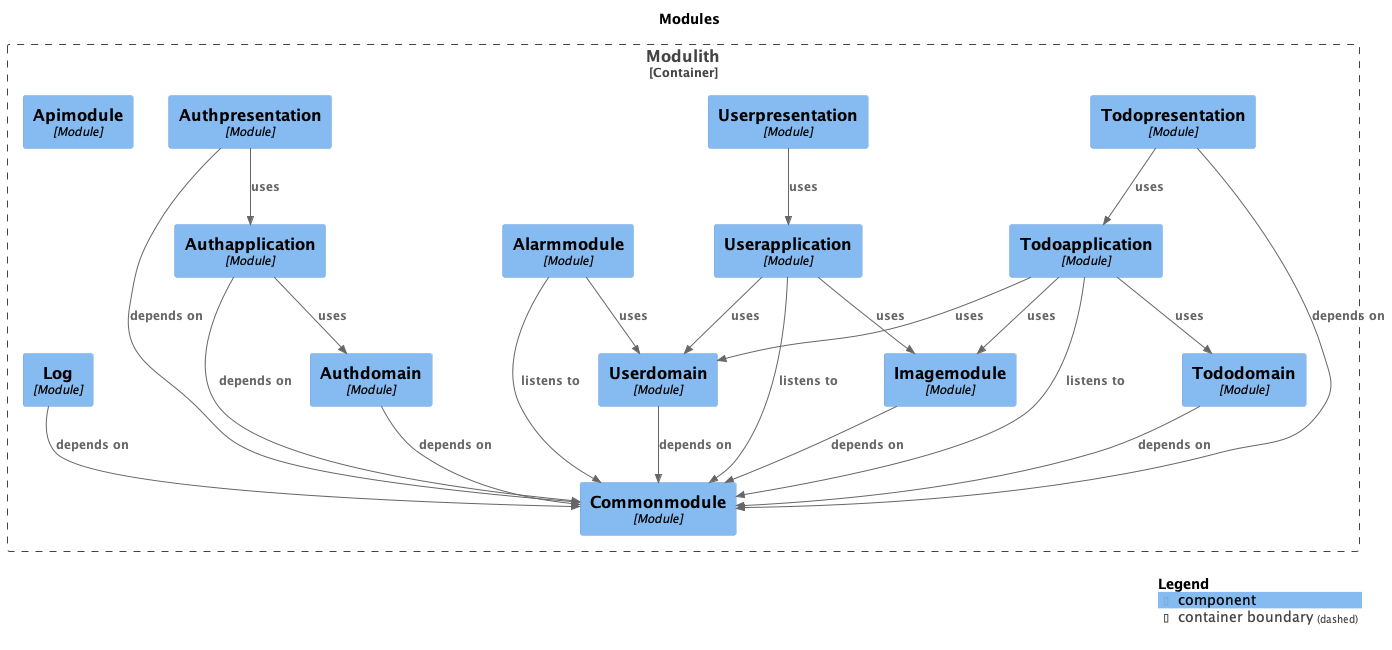
TEAM-SAMSION/Backend keeps this PlantUML diagram as .github/docs/components-Modules.png. Above is the earlier version.
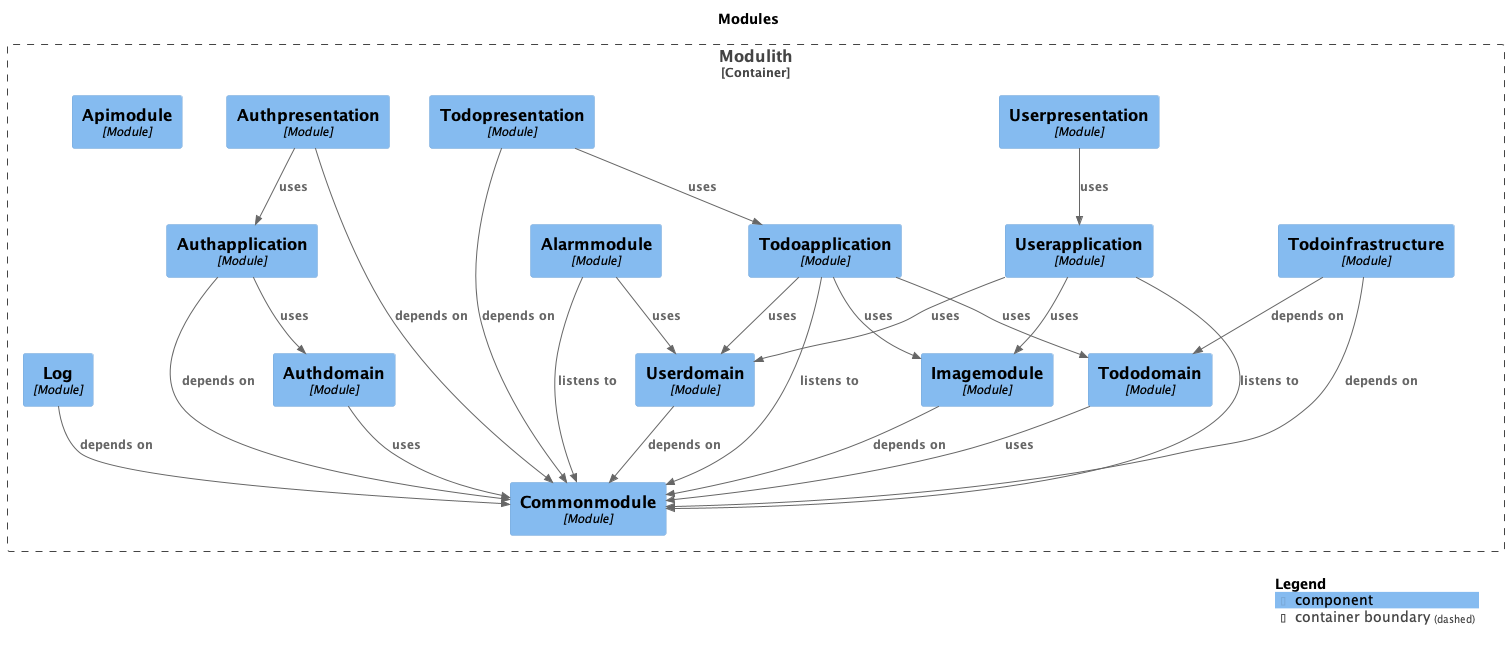
After the change.

Commit message:
PET-214 docs : 아키텍처 uml 갱신

Change to the diagram source:
```diff
@@ -9,6 +9,7 @@
 
 Container_Boundary("Modulith.Modulith_boundary", "Modulith", $tags="") {
   Component(Modulith.Modulith.Authapplication, "Authapplication", "Module", "", $tags="")
+  Component(Modulith.Modulith.Todoinfrastructure, "Todoinfrastructure", "Module", "", $tags="")
   Component(Modulith.Modulith.Userpresentation, "Userpresentation", "Module", "", $tags="")
   Component(Modulith.Modulith.Todopresentation, "Todopresentation", "Module", "", $tags="")
   Component(Modulith.Modulith.Alarmmodule, "Alarmmodule", "Module", "", $tags="")
@@ -24,27 +25,29 @@
   Component(Modulith.Modulith.Todoapplication, "Todoapplication", "Module", "", $tags="")
 }
 
-Rel_D(Modulith.Modulith.Log, Modulith.Modulith.Commonmodule, "depends on", $tags="")
-Rel_D(Modulith.Modulith.Todopresentation, Modulith.Modulith.Commonmodule, "depends on", $tags="")
-Rel_D(Modulith.Modulith.Todopresentation, Modulith.Modulith.Todoapplication, "uses", $tags="")
-Rel_D(Modulith.Modulith.Userdomain, Modulith.Modulith.Commonmodule, "depends on", $tags="")
-Rel_D(Modulith.Modulith.Tododomain, Modulith.Modulith.Commonmodule, "depends on", $tags="")
+Rel_D(Modulith.Modulith.Todoinfrastructure, Modulith.Modulith.Tododomain, "depends on", $tags="")
+Rel_D(Modulith.Modulith.Todoinfrastructure, Modulith.Modulith.Commonmodule, "depends on", $tags="")
+Rel_D(Modulith.Modulith.Authdomain, Modulith.Modulith.Commonmodule, "uses", $tags="")
+Rel_D(Modulith.Modulith.Alarmmodule, Modulith.Modulith.Commonmodule, "listens to", $tags="")
+Rel_D(Modulith.Modulith.Alarmmodule, Modulith.Modulith.Userdomain, "uses", $tags="")
+Rel_D(Modulith.Modulith.Authapplication, Modulith.Modulith.Commonmodule, "depends on", $tags="")
+Rel_D(Modulith.Modulith.Authapplication, Modulith.Modulith.Authdomain, "uses", $tags="")
+Rel_D(Modulith.Modulith.Authpresentation, Modulith.Modulith.Commonmodule, "depends on", $tags="")
+Rel_D(Modulith.Modulith.Authpresentation, Modulith.Modulith.Authapplication, "uses", $tags="")
 Rel_D(Modulith.Modulith.Todoapplication, Modulith.Modulith.Commonmodule, "listens to", $tags="")
 Rel_D(Modulith.Modulith.Todoapplication, Modulith.Modulith.Tododomain, "uses", $tags="")
 Rel_D(Modulith.Modulith.Todoapplication, Modulith.Modulith.Userdomain, "uses", $tags="")
 Rel_D(Modulith.Modulith.Todoapplication, Modulith.Modulith.Imagemodule, "uses", $tags="")
-Rel_D(Modulith.Modulith.Alarmmodule, Modulith.Modulith.Commonmodule, "listens to", $tags="")
-Rel_D(Modulith.Modulith.Alarmmodule, Modulith.Modulith.Userdomain, "uses", $tags="")
-Rel_D(Modulith.Modulith.Authpresentation, Modulith.Modulith.Commonmodule, "depends on", $tags="")
-Rel_D(Modulith.Modulith.Authpresentation, Modulith.Modulith.Authapplication, "uses", $tags="")
+Rel_D(Modulith.Modulith.Log, Modulith.Modulith.Commonmodule, "depends on", $tags="")
+Rel_D(Modulith.Modulith.Tododomain, Modulith.Modulith.Commonmodule, "uses", $tags="")
+Rel_D(Modulith.Modulith.Userdomain, Modulith.Modulith.Commonmodule, "depends on", $tags="")
+Rel_D(Modulith.Modulith.Imagemodule, Modulith.Modulith.Commonmodule, "depends on", $tags="")
+Rel_D(Modulith.Modulith.Todopresentation, Modulith.Modulith.Commonmodule, "depends on", $tags="")
+Rel_D(Modulith.Modulith.Todopresentation, Modulith.Modulith.Todoapplication, "uses", $tags="")
+Rel_D(Modulith.Modulith.Userpresentation, Modulith.Modulith.Userapplication, "uses", $tags="")
 Rel_D(Modulith.Modulith.Userapplication, Modulith.Modulith.Commonmodule, "listens to", $tags="")
 Rel_D(Modulith.Modulith.Userapplication, Modulith.Modulith.Userdomain, "uses", $tags="")
 Rel_D(Modulith.Modulith.Userapplication, Modulith.Modulith.Imagemodule, "uses", $tags="")
-Rel_D(Modulith.Modulith.Imagemodule, Modulith.Modulith.Commonmodule, "depends on", $tags="")
-Rel_D(Modulith.Modulith.Authapplication, Modulith.Modulith.Commonmodule, "depends on", $tags="")
-Rel_D(Modulith.Modulith.Authapplication, Modulith.Modulith.Authdomain, "uses", $tags="")
-Rel_D(Modulith.Modulith.Userpresentation, Modulith.Modulith.Userapplication, "uses", $tags="")
-Rel_D(Modulith.Modulith.Authdomain, Modulith.Modulith.Commonmodule, "depends on", $tags="")
 
 SHOW_LEGEND(true)
 @enduml
```
